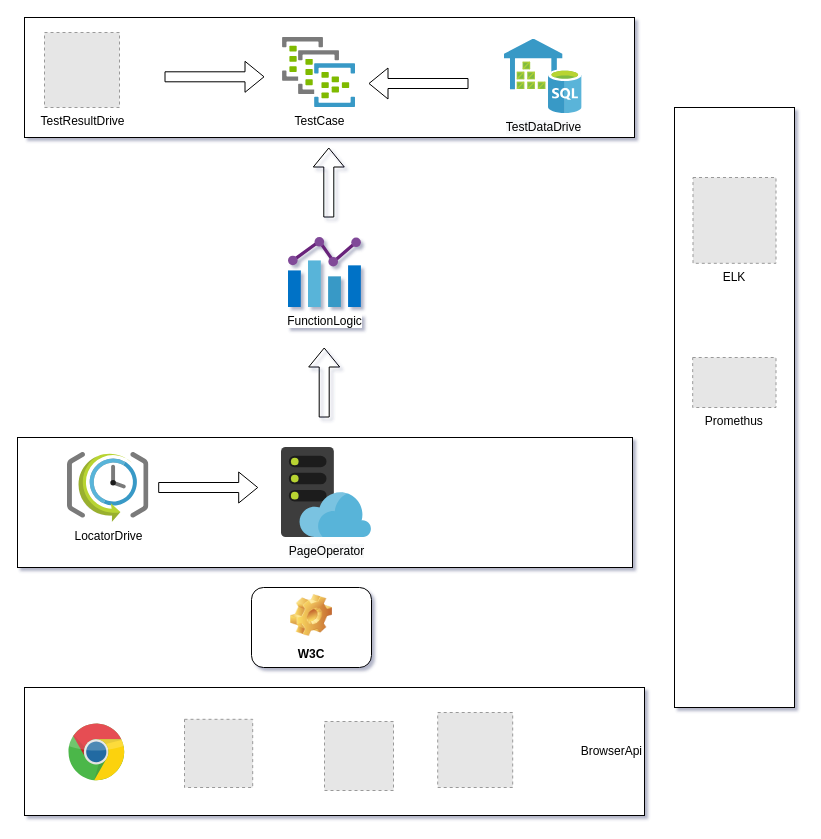
Before: Untitled Diagram.drawio in RagnorLixiaomeng/draw_diagram, a draw.io diagram. Source tidied: cells renumbered, new cells numbered last; positions are measured from the earlier drawing's top-left corner, leaving out a move shared by most shapes. Both pictures are drawn from the tidied source at 100%, with x=0, y=0 at pixel (17, 17). Pictures stored in the file or linked from it are replaced by grey dashed boxes.
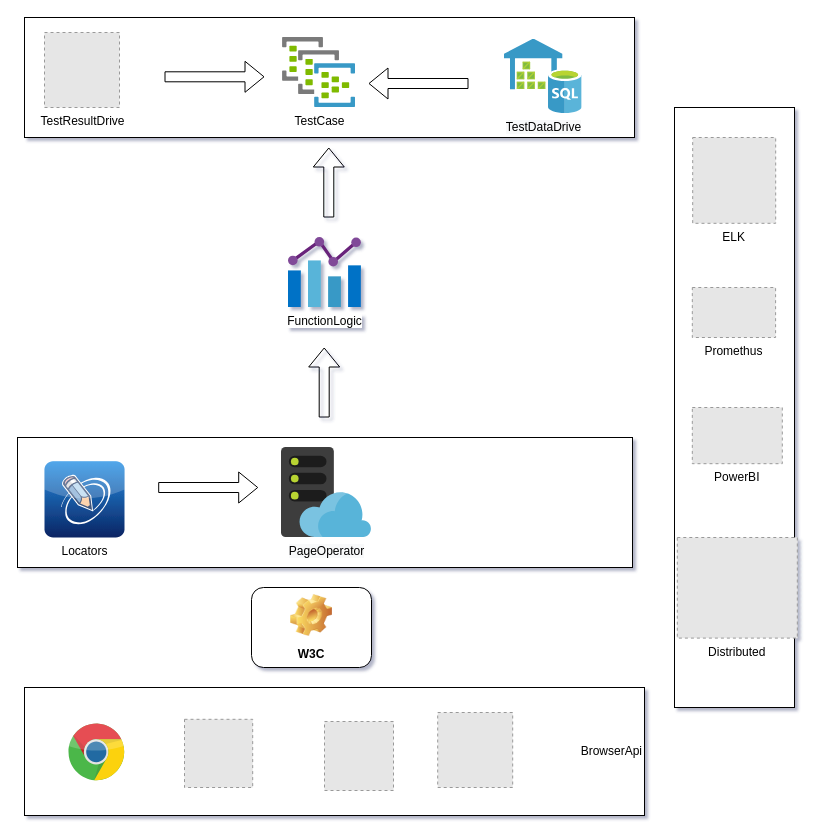
The same page after the edit.

What changed in the source:
```diff
@@
-    <mxCell id="6" value="LocatorDrive&lt;br&gt;" style="html=1;align=center;image;fontSize=12;image=img/lib/mscae/SchedulerJobCollection.svg;" parent="1" vertex="1">
-      <mxGeometry x="50" y="435" width="81.4" height="70" as="geometry" />
-    </mxCell>
@@
     <mxCell id="21" value="ELK" style="fillColor=#E6E6E6;strokeColor=#999999;dashed=1;verticalLabelPosition=bottom;verticalAlign=top;" parent="1" vertex="1">
-      <mxGeometry x="675.5" y="160" width="83" height="85.8" as="geometry" />
+      <mxGeometry x="675.2" y="120" width="83" height="85.8" as="geometry" />
     </mxCell>
     <mxCell id="22" value="Promethus" style="fillColor=#E6E6E6;strokeColor=#999999;dashed=1;verticalLabelPosition=bottom;verticalAlign=top;" parent="1" vertex="1">
-      <mxGeometry x="675.2" y="340" width="83.3" height="50" as="geometry" />
+      <mxGeometry x="674.8" y="270" width="83.3" height="50" as="geometry" />
     </mxCell>
@@
+    <mxCell id="24" value="PowerBI&#10;" style="fillColor=#E6E6E6;strokeColor=#999999;dashed=1;verticalLabelPosition=bottom;verticalAlign=top;" parent="1" vertex="1">
+      <mxGeometry x="674.8" y="390" width="90" height="56.2" as="geometry" />
+    </mxCell>
+    <mxCell id="25" value="Locators" style="dashed=0;html=1;align=center;labelPosition=center;verticalLabelPosition=bottom;verticalAlign=top;shape=mxgraph.webicons.livejournal;fillColor=#2690E5;gradientColor=#0A2463;" parent="1" vertex="1">
+      <mxGeometry x="27" y="443.8" width="80" height="76.2" as="geometry" />
+    </mxCell>
+    <mxCell id="26" value="Distributed" style="fillColor=#E6E6E6;strokeColor=#999999;dashed=1;verticalLabelPosition=bottom;verticalAlign=top;" parent="1" vertex="1">
+      <mxGeometry x="659.8" y="520" width="120" height="100.6" as="geometry" />
+    </mxCell>
```
